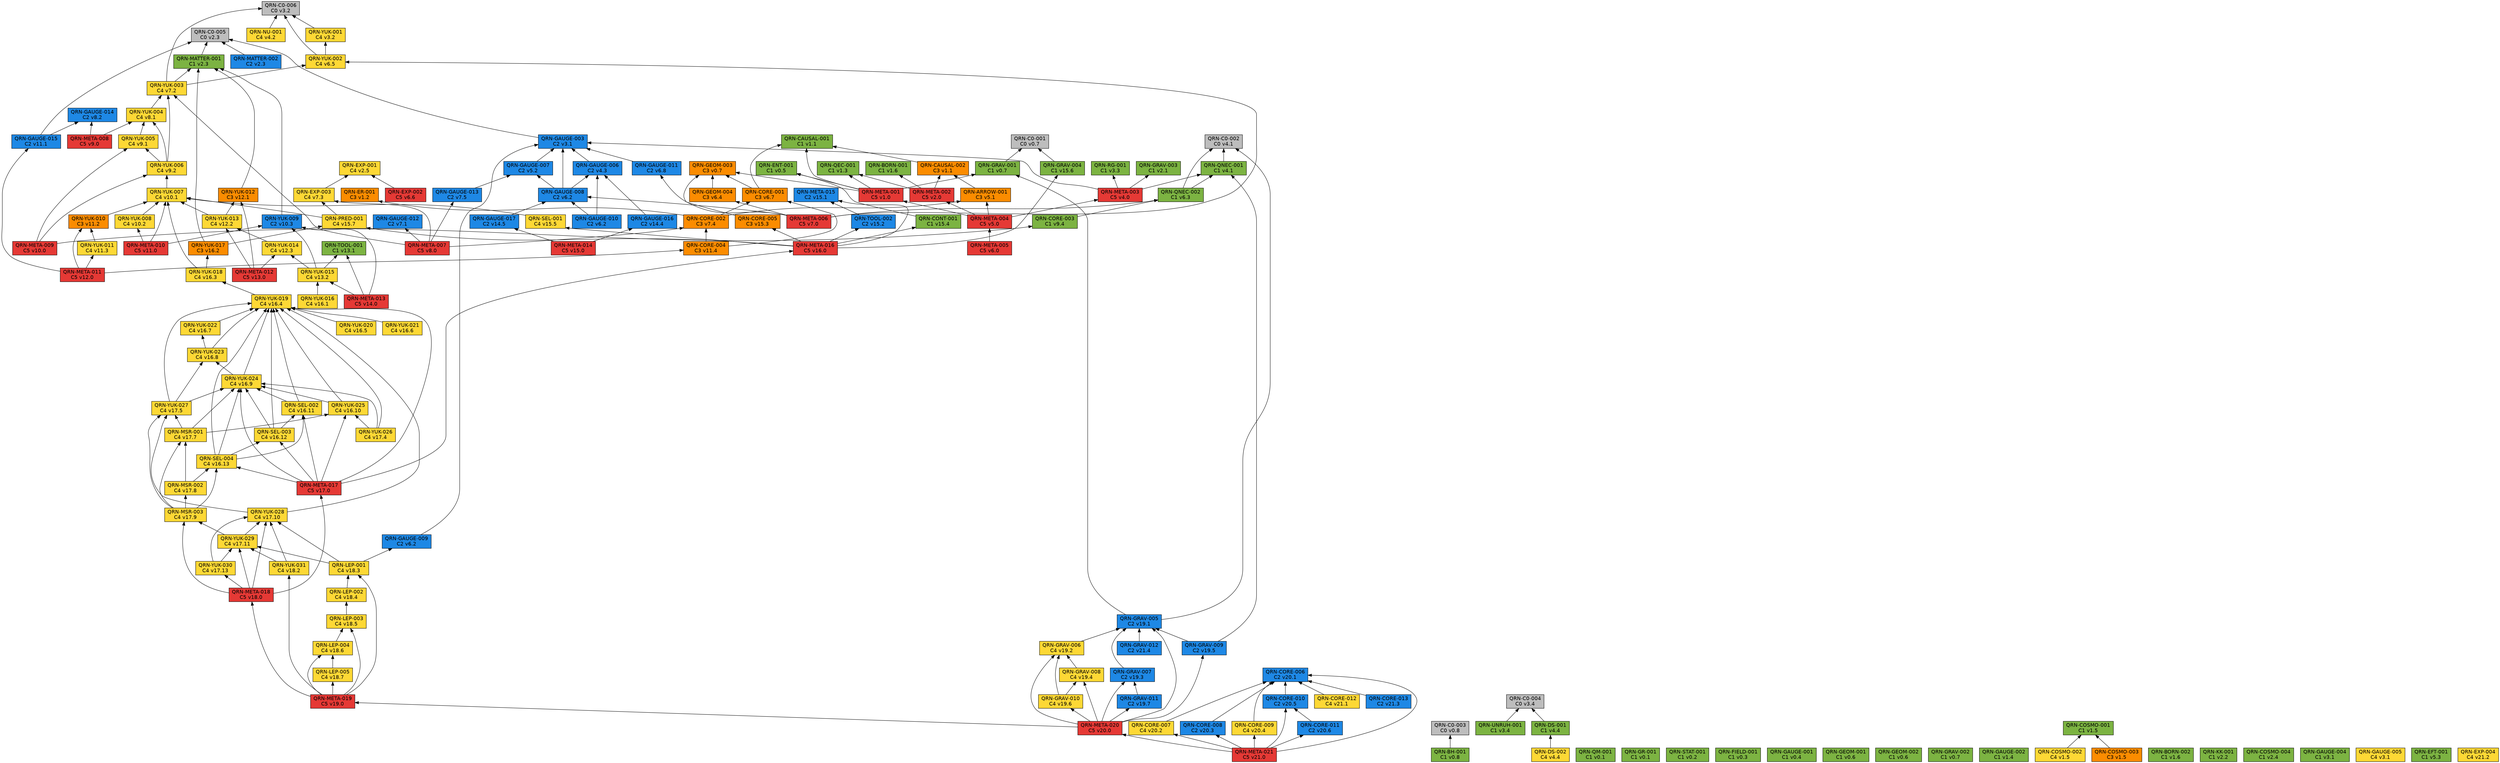
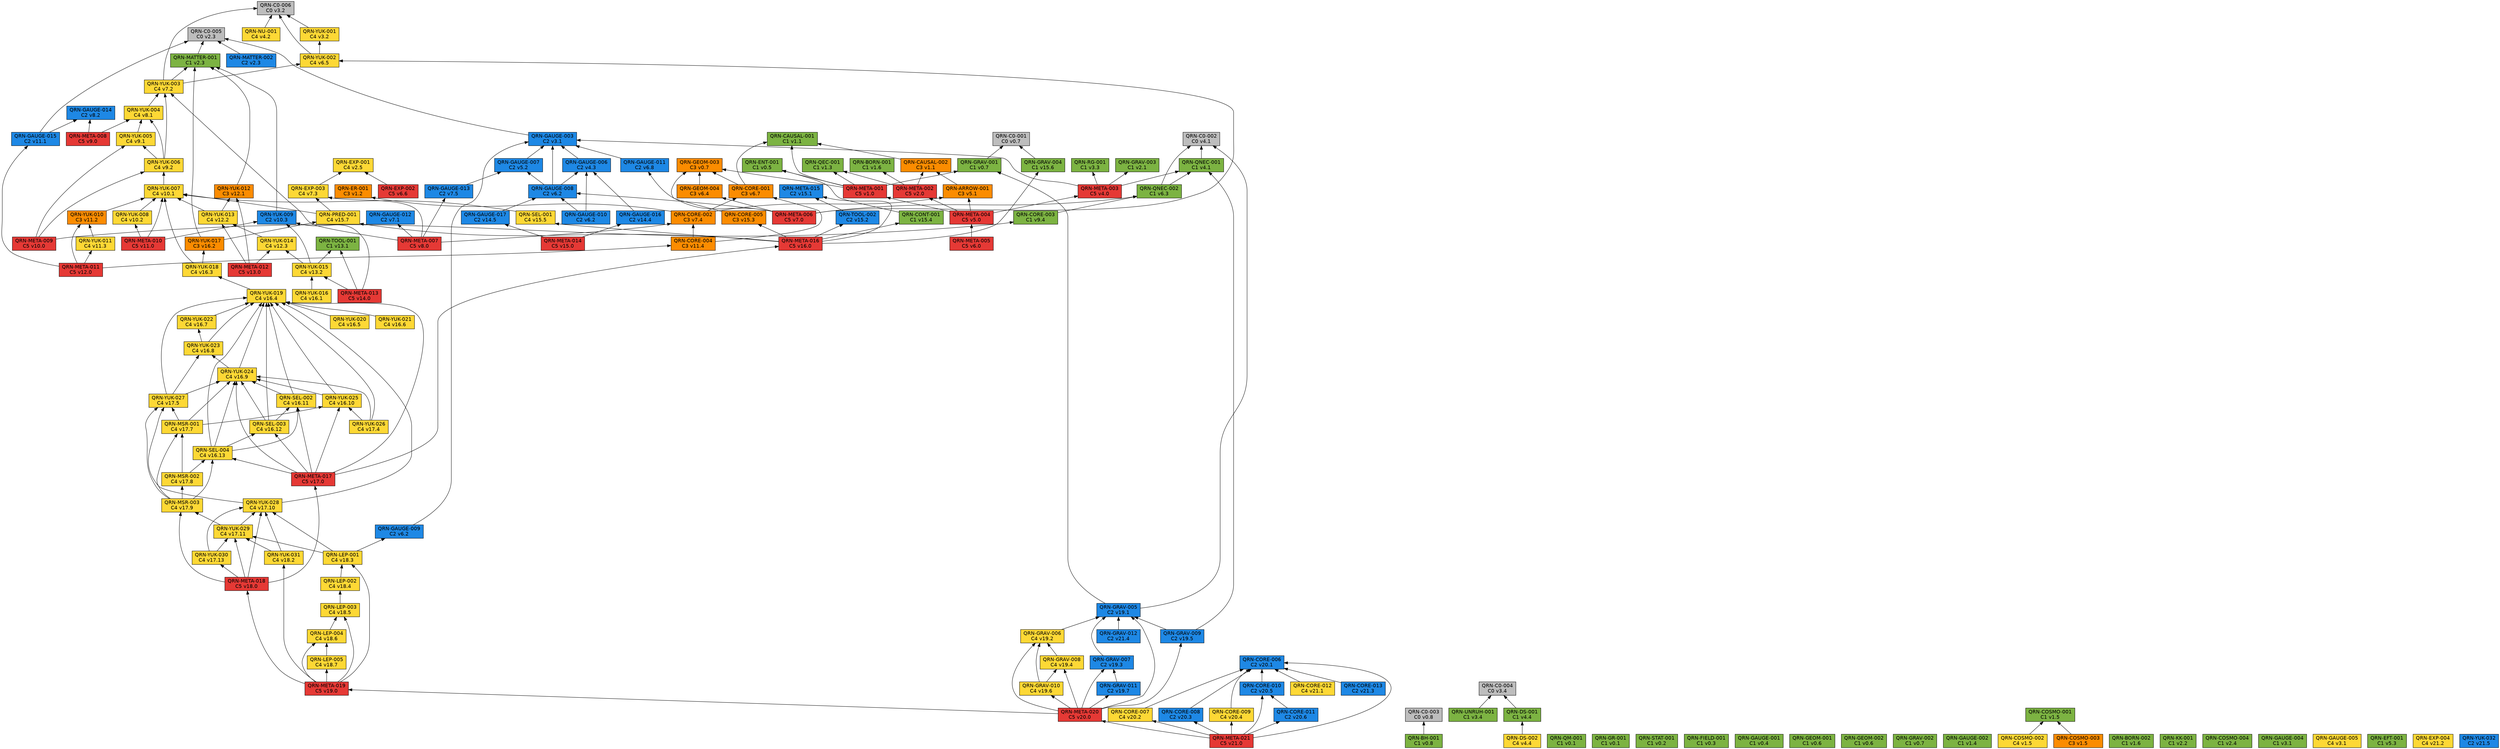
// 自動生成 (dag/report.pl) — QRN 主張依存グラフ
digraph qrn {
  rankdir=BT;
  node [shape=box, style=filled, fontname="Helvetica"];
  "QRN-C0-001" [fillcolor="#bdbdbd", label="QRN-C0-001\nC0 v0.7"];
  "QRN-C0-002" [fillcolor="#bdbdbd", label="QRN-C0-002\nC0 v4.1"];
  "QRN-C0-003" [fillcolor="#bdbdbd", label="QRN-C0-003\nC0 v0.8"];
  "QRN-C0-004" [fillcolor="#bdbdbd", label="QRN-C0-004\nC0 v3.4"];
  "QRN-C0-005" [fillcolor="#bdbdbd", label="QRN-C0-005\nC0 v2.3"];
  "QRN-C0-006" [fillcolor="#bdbdbd", label="QRN-C0-006\nC0 v3.2"];
  "QRN-QM-001" [fillcolor="#7cb342", label="QRN-QM-001\nC1 v0.1"];
  "QRN-GR-001" [fillcolor="#7cb342", label="QRN-GR-001\nC1 v0.1"];
  "QRN-STAT-001" [fillcolor="#7cb342", label="QRN-STAT-001\nC1 v0.2"];
  "QRN-FIELD-001" [fillcolor="#7cb342", label="QRN-FIELD-001\nC1 v0.3"];
  "QRN-GAUGE-001" [fillcolor="#7cb342", label="QRN-GAUGE-001\nC1 v0.4"];
  "QRN-ENT-001" [fillcolor="#7cb342", label="QRN-ENT-001\nC1 v0.5"];
  "QRN-GEOM-001" [fillcolor="#7cb342", label="QRN-GEOM-001\nC1 v0.6"];
  "QRN-GEOM-002" [fillcolor="#7cb342", label="QRN-GEOM-002\nC1 v0.6"];
  "QRN-GEOM-003" [fillcolor="#fb8c00", label="QRN-GEOM-003\nC3 v0.7"];
  "QRN-GRAV-001" [fillcolor="#7cb342", label="QRN-GRAV-001\nC1 v0.7"];
  "QRN-GRAV-002" [fillcolor="#7cb342", label="QRN-GRAV-002\nC1 v0.7"];
  "QRN-BH-001" [fillcolor="#7cb342", label="QRN-BH-001\nC1 v0.8"];
  "QRN-CAUSAL-001" [fillcolor="#7cb342", label="QRN-CAUSAL-001\nC1 v1.1"];
  "QRN-CAUSAL-002" [fillcolor="#fb8c00", label="QRN-CAUSAL-002\nC3 v1.1"];
  "QRN-ER-001" [fillcolor="#fb8c00", label="QRN-ER-001\nC3 v1.2"];
  "QRN-QEC-001" [fillcolor="#7cb342", label="QRN-QEC-001\nC1 v1.3"];
  "QRN-GAUGE-002" [fillcolor="#7cb342", label="QRN-GAUGE-002\nC1 v1.4"];
  "QRN-COSMO-001" [fillcolor="#7cb342", label="QRN-COSMO-001\nC1 v1.5"];
  "QRN-COSMO-002" [fillcolor="#fdd835", label="QRN-COSMO-002\nC4 v1.5"];
  "QRN-COSMO-003" [fillcolor="#fb8c00", label="QRN-COSMO-003\nC3 v1.5"];
  "QRN-BORN-001" [fillcolor="#7cb342", label="QRN-BORN-001\nC1 v1.6"];
  "QRN-BORN-002" [fillcolor="#7cb342", label="QRN-BORN-002\nC1 v1.6"];
  "QRN-GRAV-003" [fillcolor="#7cb342", label="QRN-GRAV-003\nC1 v2.1"];
  "QRN-KK-001" [fillcolor="#7cb342", label="QRN-KK-001\nC1 v2.2"];
  "QRN-MATTER-001" [fillcolor="#7cb342", label="QRN-MATTER-001\nC1 v2.3"];
  "QRN-MATTER-002" [fillcolor="#1e88e5", label="QRN-MATTER-002\nC2 v2.3"];
  "QRN-COSMO-004" [fillcolor="#7cb342", label="QRN-COSMO-004\nC1 v2.4"];
  "QRN-EXP-001" [fillcolor="#fdd835", label="QRN-EXP-001\nC4 v2.5"];
  "QRN-GAUGE-003" [fillcolor="#1e88e5", label="QRN-GAUGE-003\nC2 v3.1"];
  "QRN-GAUGE-004" [fillcolor="#7cb342", label="QRN-GAUGE-004\nC1 v3.1"];
  "QRN-GAUGE-005" [fillcolor="#fdd835", label="QRN-GAUGE-005\nC4 v3.1"];
  "QRN-YUK-001" [fillcolor="#fdd835", label="QRN-YUK-001\nC4 v3.2"];
  "QRN-RG-001" [fillcolor="#7cb342", label="QRN-RG-001\nC1 v3.3"];
  "QRN-UNRUH-001" [fillcolor="#7cb342", label="QRN-UNRUH-001\nC1 v3.4"];
  "QRN-QNEC-001" [fillcolor="#7cb342", label="QRN-QNEC-001\nC1 v4.1"];
  "QRN-NU-001" [fillcolor="#fdd835", label="QRN-NU-001\nC4 v4.2"];
  "QRN-GAUGE-006" [fillcolor="#1e88e5", label="QRN-GAUGE-006\nC2 v4.3"];
  "QRN-DS-001" [fillcolor="#7cb342", label="QRN-DS-001\nC1 v4.4"];
  "QRN-DS-002" [fillcolor="#fdd835", label="QRN-DS-002\nC4 v4.4"];
  "QRN-ARROW-001" [fillcolor="#fb8c00", label="QRN-ARROW-001\nC3 v5.1"];
  "QRN-GAUGE-007" [fillcolor="#1e88e5", label="QRN-GAUGE-007\nC2 v5.2"];
  "QRN-EFT-001" [fillcolor="#7cb342", label="QRN-EFT-001\nC1 v5.3"];
  "QRN-GAUGE-008" [fillcolor="#1e88e5", label="QRN-GAUGE-008\nC2 v6.2"];
  "QRN-GAUGE-009" [fillcolor="#1e88e5", label="QRN-GAUGE-009\nC2 v6.2"];
  "QRN-GAUGE-010" [fillcolor="#1e88e5", label="QRN-GAUGE-010\nC2 v6.2"];
  "QRN-QNEC-002" [fillcolor="#7cb342", label="QRN-QNEC-002\nC1 v6.3"];
  "QRN-GEOM-004" [fillcolor="#fb8c00", label="QRN-GEOM-004\nC3 v6.4"];
  "QRN-YUK-002" [fillcolor="#fdd835", label="QRN-YUK-002\nC4 v6.5"];
  "QRN-EXP-002" [fillcolor="#e53935", label="QRN-EXP-002\nC5 v6.6"];
  "QRN-CORE-001" [fillcolor="#fb8c00", label="QRN-CORE-001\nC3 v6.7"];
  "QRN-GAUGE-011" [fillcolor="#1e88e5", label="QRN-GAUGE-011\nC2 v6.8"];
  "QRN-GAUGE-012" [fillcolor="#1e88e5", label="QRN-GAUGE-012\nC2 v7.1"];
  "QRN-YUK-003" [fillcolor="#fdd835", label="QRN-YUK-003\nC4 v7.2"];
  "QRN-EXP-003" [fillcolor="#fdd835", label="QRN-EXP-003\nC4 v7.3"];
  "QRN-CORE-002" [fillcolor="#fb8c00", label="QRN-CORE-002\nC3 v7.4"];
  "QRN-GAUGE-013" [fillcolor="#1e88e5", label="QRN-GAUGE-013\nC2 v7.5"];
  "QRN-YUK-004" [fillcolor="#fdd835", label="QRN-YUK-004\nC4 v8.1"];
  "QRN-GAUGE-014" [fillcolor="#1e88e5", label="QRN-GAUGE-014\nC2 v8.2"];
  "QRN-META-001" [fillcolor="#e53935", label="QRN-META-001\nC5 v1.0"];
  "QRN-META-002" [fillcolor="#e53935", label="QRN-META-002\nC5 v2.0"];
  "QRN-META-003" [fillcolor="#e53935", label="QRN-META-003\nC5 v4.0"];
  "QRN-META-004" [fillcolor="#e53935", label="QRN-META-004\nC5 v5.0"];
  "QRN-META-005" [fillcolor="#e53935", label="QRN-META-005\nC5 v6.0"];
  "QRN-META-006" [fillcolor="#e53935", label="QRN-META-006\nC5 v7.0"];
  "QRN-META-007" [fillcolor="#e53935", label="QRN-META-007\nC5 v8.0"];
  "QRN-META-008" [fillcolor="#e53935", label="QRN-META-008\nC5 v9.0"];
  "QRN-YUK-005" [fillcolor="#fdd835", label="QRN-YUK-005\nC4 v9.1"];
  "QRN-YUK-006" [fillcolor="#fdd835", label="QRN-YUK-006\nC4 v9.2"];
  "QRN-CORE-003" [fillcolor="#7cb342", label="QRN-CORE-003\nC1 v9.4"];
  "QRN-META-009" [fillcolor="#e53935", label="QRN-META-009\nC5 v10.0"];
  "QRN-YUK-007" [fillcolor="#fdd835", label="QRN-YUK-007\nC4 v10.1"];
  "QRN-YUK-008" [fillcolor="#fdd835", label="QRN-YUK-008\nC4 v10.2"];
  "QRN-YUK-009" [fillcolor="#1e88e5", label="QRN-YUK-009\nC2 v10.3"];
  "QRN-META-010" [fillcolor="#e53935", label="QRN-META-010\nC5 v11.0"];
  "QRN-GAUGE-015" [fillcolor="#1e88e5", label="QRN-GAUGE-015\nC2 v11.1"];
  "QRN-YUK-010" [fillcolor="#fb8c00", label="QRN-YUK-010\nC3 v11.2"];
  "QRN-YUK-011" [fillcolor="#fdd835", label="QRN-YUK-011\nC4 v11.3"];
  "QRN-CORE-004" [fillcolor="#fb8c00", label="QRN-CORE-004\nC3 v11.4"];
  "QRN-META-011" [fillcolor="#e53935", label="QRN-META-011\nC5 v12.0"];
  "QRN-YUK-012" [fillcolor="#fb8c00", label="QRN-YUK-012\nC3 v12.1"];
  "QRN-YUK-013" [fillcolor="#fdd835", label="QRN-YUK-013\nC4 v12.2"];
  "QRN-YUK-014" [fillcolor="#fdd835", label="QRN-YUK-014\nC4 v12.3"];
  "QRN-META-012" [fillcolor="#e53935", label="QRN-META-012\nC5 v13.0"];
  "QRN-TOOL-001" [fillcolor="#7cb342", label="QRN-TOOL-001\nC1 v13.1"];
  "QRN-YUK-015" [fillcolor="#fdd835", label="QRN-YUK-015\nC4 v13.2"];
  "QRN-META-013" [fillcolor="#e53935", label="QRN-META-013\nC5 v14.0"];
  "QRN-GAUGE-016" [fillcolor="#1e88e5", label="QRN-GAUGE-016\nC2 v14.4"];
  "QRN-GAUGE-017" [fillcolor="#1e88e5", label="QRN-GAUGE-017\nC2 v14.5"];
  "QRN-META-014" [fillcolor="#e53935", label="QRN-META-014\nC5 v15.0"];
  "QRN-META-015" [fillcolor="#1e88e5", label="QRN-META-015\nC2 v15.1"];
  "QRN-TOOL-002" [fillcolor="#1e88e5", label="QRN-TOOL-002\nC2 v15.2"];
  "QRN-CORE-005" [fillcolor="#fb8c00", label="QRN-CORE-005\nC3 v15.3"];
  "QRN-CONT-001" [fillcolor="#7cb342", label="QRN-CONT-001\nC1 v15.4"];
  "QRN-SEL-001" [fillcolor="#fdd835", label="QRN-SEL-001\nC4 v15.5"];
  "QRN-GRAV-004" [fillcolor="#7cb342", label="QRN-GRAV-004\nC1 v15.6"];
  "QRN-PRED-001" [fillcolor="#fdd835", label="QRN-PRED-001\nC4 v15.7"];
  "QRN-META-016" [fillcolor="#e53935", label="QRN-META-016\nC5 v16.0"];
  "QRN-YUK-016" [fillcolor="#fdd835", label="QRN-YUK-016\nC4 v16.1"];
  "QRN-YUK-017" [fillcolor="#fb8c00", label="QRN-YUK-017\nC3 v16.2"];
  "QRN-YUK-018" [fillcolor="#fdd835", label="QRN-YUK-018\nC4 v16.3"];
  "QRN-YUK-019" [fillcolor="#fdd835", label="QRN-YUK-019\nC4 v16.4"];
  "QRN-YUK-020" [fillcolor="#fdd835", label="QRN-YUK-020\nC4 v16.5"];
  "QRN-YUK-021" [fillcolor="#fdd835", label="QRN-YUK-021\nC4 v16.6"];
  "QRN-YUK-022" [fillcolor="#fdd835", label="QRN-YUK-022\nC4 v16.7"];
  "QRN-YUK-023" [fillcolor="#fdd835", label="QRN-YUK-023\nC4 v16.8"];
  "QRN-YUK-024" [fillcolor="#fdd835", label="QRN-YUK-024\nC4 v16.9"];
  "QRN-YUK-025" [fillcolor="#fdd835", label="QRN-YUK-025\nC4 v16.10"];
  "QRN-SEL-002" [fillcolor="#fdd835", label="QRN-SEL-002\nC4 v16.11"];
  "QRN-SEL-003" [fillcolor="#fdd835", label="QRN-SEL-003\nC4 v16.12"];
  "QRN-SEL-004" [fillcolor="#fdd835", label="QRN-SEL-004\nC4 v16.13"];
  "QRN-META-017" [fillcolor="#e53935", label="QRN-META-017\nC5 v17.0"];
  "QRN-YUK-026" [fillcolor="#fdd835", label="QRN-YUK-026\nC4 v17.4"];
  "QRN-YUK-027" [fillcolor="#fdd835", label="QRN-YUK-027\nC4 v17.5"];
  "QRN-MSR-001" [fillcolor="#fdd835", label="QRN-MSR-001\nC4 v17.7"];
  "QRN-MSR-002" [fillcolor="#fdd835", label="QRN-MSR-002\nC4 v17.8"];
  "QRN-MSR-003" [fillcolor="#fdd835", label="QRN-MSR-003\nC4 v17.9"];
  "QRN-YUK-028" [fillcolor="#fdd835", label="QRN-YUK-028\nC4 v17.10"];
  "QRN-YUK-029" [fillcolor="#fdd835", label="QRN-YUK-029\nC4 v17.11"];
  "QRN-YUK-030" [fillcolor="#fdd835", label="QRN-YUK-030\nC4 v17.13"];
  "QRN-META-018" [fillcolor="#e53935", label="QRN-META-018\nC5 v18.0"];
  "QRN-YUK-031" [fillcolor="#fdd835", label="QRN-YUK-031\nC4 v18.2"];
  "QRN-LEP-001" [fillcolor="#fdd835", label="QRN-LEP-001\nC4 v18.3"];
  "QRN-LEP-002" [fillcolor="#fdd835", label="QRN-LEP-002\nC4 v18.4"];
  "QRN-LEP-003" [fillcolor="#fdd835", label="QRN-LEP-003\nC4 v18.5"];
  "QRN-LEP-004" [fillcolor="#fdd835", label="QRN-LEP-004\nC4 v18.6"];
  "QRN-LEP-005" [fillcolor="#fdd835", label="QRN-LEP-005\nC4 v18.7"];
  "QRN-META-019" [fillcolor="#e53935", label="QRN-META-019\nC5 v19.0"];
  "QRN-GRAV-005" [fillcolor="#1e88e5", label="QRN-GRAV-005\nC2 v19.1"];
  "QRN-GRAV-006" [fillcolor="#fdd835", label="QRN-GRAV-006\nC4 v19.2"];
  "QRN-GRAV-007" [fillcolor="#1e88e5", label="QRN-GRAV-007\nC2 v19.3"];
  "QRN-GRAV-008" [fillcolor="#fdd835", label="QRN-GRAV-008\nC4 v19.4"];
  "QRN-GRAV-009" [fillcolor="#1e88e5", label="QRN-GRAV-009\nC2 v19.5"];
  "QRN-GRAV-010" [fillcolor="#fdd835", label="QRN-GRAV-010\nC4 v19.6"];
  "QRN-GRAV-011" [fillcolor="#1e88e5", label="QRN-GRAV-011\nC2 v19.7"];
  "QRN-META-020" [fillcolor="#e53935", label="QRN-META-020\nC5 v20.0"];
  "QRN-CORE-006" [fillcolor="#1e88e5", label="QRN-CORE-006\nC2 v20.1"];
  "QRN-CORE-007" [fillcolor="#fdd835", label="QRN-CORE-007\nC4 v20.2"];
  "QRN-CORE-008" [fillcolor="#1e88e5", label="QRN-CORE-008\nC2 v20.3"];
  "QRN-CORE-009" [fillcolor="#fdd835", label="QRN-CORE-009\nC4 v20.4"];
  "QRN-CORE-010" [fillcolor="#1e88e5", label="QRN-CORE-010\nC2 v20.5"];
  "QRN-CORE-011" [fillcolor="#1e88e5", label="QRN-CORE-011\nC2 v20.6"];
  "QRN-META-021" [fillcolor="#e53935", label="QRN-META-021\nC5 v21.0"];
  "QRN-CORE-012" [fillcolor="#fdd835", label="QRN-CORE-012\nC4 v21.1"];
  "QRN-EXP-004" [fillcolor="#fdd835", label="QRN-EXP-004\nC4 v21.2"];
  "QRN-CORE-013" [fillcolor="#1e88e5", label="QRN-CORE-013\nC2 v21.3"];
  "QRN-GRAV-012" [fillcolor="#1e88e5", label="QRN-GRAV-012\nC2 v21.4"];
+   "QRN-YUK-032" [fillcolor="#1e88e5", label="QRN-YUK-032\nC2 v21.5"];
  "QRN-GRAV-001" -> "QRN-C0-001";
  "QRN-BH-001" -> "QRN-C0-003";
  "QRN-CAUSAL-002" -> "QRN-CAUSAL-001";
  "QRN-COSMO-002" -> "QRN-COSMO-001";
  "QRN-COSMO-003" -> "QRN-COSMO-001";
  "QRN-MATTER-001" -> "QRN-C0-005";
  "QRN-MATTER-002" -> "QRN-C0-005";
  "QRN-GAUGE-003" -> "QRN-C0-005";
  "QRN-YUK-001" -> "QRN-C0-006";
  "QRN-UNRUH-001" -> "QRN-C0-004";
  "QRN-QNEC-001" -> "QRN-C0-002";
  "QRN-NU-001" -> "QRN-C0-006";
  "QRN-GAUGE-006" -> "QRN-GAUGE-003";
  "QRN-DS-001" -> "QRN-C0-004";
  "QRN-DS-002" -> "QRN-DS-001";
  "QRN-ARROW-001" -> "QRN-CAUSAL-002";
  "QRN-GAUGE-007" -> "QRN-GAUGE-003";
  "QRN-GAUGE-008" -> "QRN-GAUGE-003";
  "QRN-GAUGE-008" -> "QRN-GAUGE-006";
  "QRN-GAUGE-008" -> "QRN-GAUGE-007";
  "QRN-GAUGE-009" -> "QRN-GAUGE-003";
  "QRN-GAUGE-010" -> "QRN-GAUGE-006";
  "QRN-GAUGE-010" -> "QRN-GAUGE-008";
  "QRN-QNEC-002" -> "QRN-C0-002";
  "QRN-QNEC-002" -> "QRN-QNEC-001";
  "QRN-GEOM-004" -> "QRN-GEOM-003";
  "QRN-YUK-002" -> "QRN-C0-006";
  "QRN-YUK-002" -> "QRN-YUK-001";
  "QRN-EXP-002" -> "QRN-EXP-001";
  "QRN-CORE-001" -> "QRN-GEOM-003";
  "QRN-CORE-001" -> "QRN-CAUSAL-001";
  "QRN-GAUGE-011" -> "QRN-GAUGE-003";
  "QRN-YUK-003" -> "QRN-C0-006";
  "QRN-YUK-003" -> "QRN-MATTER-001";
  "QRN-YUK-003" -> "QRN-YUK-002";
  "QRN-EXP-003" -> "QRN-EXP-001";
  "QRN-CORE-002" -> "QRN-CORE-001";
  "QRN-CORE-002" -> "QRN-ER-001";
  "QRN-CORE-002" -> "QRN-ARROW-001";
  "QRN-GAUGE-013" -> "QRN-GAUGE-007";
  "QRN-YUK-004" -> "QRN-YUK-003";
  "QRN-META-001" -> "QRN-GEOM-003";
  "QRN-META-001" -> "QRN-GRAV-001";
  "QRN-META-001" -> "QRN-CAUSAL-001";
  "QRN-META-001" -> "QRN-QEC-001";
  "QRN-META-001" -> "QRN-ENT-001";
  "QRN-META-002" -> "QRN-QEC-001";
  "QRN-META-002" -> "QRN-BORN-001";
  "QRN-META-002" -> "QRN-CAUSAL-002";
  "QRN-META-003" -> "QRN-GAUGE-003";
  "QRN-META-003" -> "QRN-RG-001";
  "QRN-META-003" -> "QRN-QNEC-001";
  "QRN-META-003" -> "QRN-GRAV-003";
  "QRN-META-004" -> "QRN-META-001";
  "QRN-META-004" -> "QRN-META-002";
  "QRN-META-004" -> "QRN-META-003";
  "QRN-META-004" -> "QRN-ARROW-001";
  "QRN-META-005" -> "QRN-META-004";
  "QRN-META-006" -> "QRN-GAUGE-008";
  "QRN-META-006" -> "QRN-QNEC-002";
  "QRN-META-006" -> "QRN-GEOM-004";
  "QRN-META-006" -> "QRN-YUK-002";
  "QRN-META-006" -> "QRN-GAUGE-011";
  "QRN-META-007" -> "QRN-GAUGE-012";
  "QRN-META-007" -> "QRN-YUK-003";
  "QRN-META-007" -> "QRN-EXP-003";
  "QRN-META-007" -> "QRN-CORE-002";
  "QRN-META-007" -> "QRN-GAUGE-013";
  "QRN-META-008" -> "QRN-YUK-004";
  "QRN-META-008" -> "QRN-GAUGE-014";
  "QRN-YUK-005" -> "QRN-YUK-004";
  "QRN-YUK-006" -> "QRN-YUK-003";
  "QRN-YUK-006" -> "QRN-YUK-004";
  "QRN-YUK-006" -> "QRN-YUK-005";
  "QRN-CORE-003" -> "QRN-QNEC-002";
  "QRN-META-009" -> "QRN-YUK-005";
  "QRN-META-009" -> "QRN-YUK-006";
  "QRN-META-009" -> "QRN-CORE-003";
  "QRN-YUK-007" -> "QRN-YUK-006";
  "QRN-YUK-008" -> "QRN-YUK-007";
  "QRN-YUK-009" -> "QRN-MATTER-001";
  "QRN-META-010" -> "QRN-YUK-007";
  "QRN-META-010" -> "QRN-YUK-008";
  "QRN-META-010" -> "QRN-YUK-009";
  "QRN-GAUGE-015" -> "QRN-C0-005";
  "QRN-GAUGE-015" -> "QRN-GAUGE-014";
  "QRN-YUK-010" -> "QRN-YUK-007";
  "QRN-YUK-011" -> "QRN-YUK-010";
  "QRN-CORE-004" -> "QRN-CORE-001";
  "QRN-CORE-004" -> "QRN-CORE-002";
  "QRN-META-011" -> "QRN-GAUGE-015";
  "QRN-META-011" -> "QRN-YUK-010";
  "QRN-META-011" -> "QRN-YUK-011";
  "QRN-META-011" -> "QRN-CORE-004";
  "QRN-YUK-012" -> "QRN-MATTER-001";
  "QRN-YUK-013" -> "QRN-YUK-012";
  "QRN-YUK-013" -> "QRN-YUK-007";
  "QRN-YUK-014" -> "QRN-YUK-013";
  "QRN-META-012" -> "QRN-YUK-012";
  "QRN-META-012" -> "QRN-YUK-013";
  "QRN-META-012" -> "QRN-YUK-014";
  "QRN-YUK-015" -> "QRN-YUK-014";
  "QRN-YUK-015" -> "QRN-TOOL-001";
  "QRN-YUK-015" -> "QRN-YUK-009";
  "QRN-META-013" -> "QRN-YUK-015";
  "QRN-META-013" -> "QRN-TOOL-001";
  "QRN-META-013" -> "QRN-YUK-009";
  "QRN-GAUGE-016" -> "QRN-GAUGE-006";
  "QRN-GAUGE-017" -> "QRN-GAUGE-008";
  "QRN-META-014" -> "QRN-GAUGE-016";
  "QRN-META-014" -> "QRN-GAUGE-017";
  "QRN-TOOL-002" -> "QRN-META-015";
  "QRN-CORE-005" -> "QRN-GEOM-003";
  "QRN-CONT-001" -> "QRN-ENT-001";
  "QRN-SEL-001" -> "QRN-YUK-007";
  "QRN-GRAV-004" -> "QRN-C0-001";
  "QRN-PRED-001" -> "QRN-YUK-007";
  "QRN-PRED-001" -> "QRN-EXP-003";
  "QRN-META-016" -> "QRN-META-015";
  "QRN-META-016" -> "QRN-TOOL-002";
  "QRN-META-016" -> "QRN-CORE-005";
  "QRN-META-016" -> "QRN-CONT-001";
  "QRN-META-016" -> "QRN-SEL-001";
  "QRN-META-016" -> "QRN-GRAV-004";
  "QRN-META-016" -> "QRN-PRED-001";
  "QRN-YUK-016" -> "QRN-YUK-015";
  "QRN-YUK-017" -> "QRN-MATTER-001";
  "QRN-YUK-017" -> "QRN-PRED-001";
  "QRN-YUK-018" -> "QRN-YUK-017";
  "QRN-YUK-018" -> "QRN-YUK-007";
  "QRN-YUK-019" -> "QRN-YUK-018";
  "QRN-YUK-020" -> "QRN-YUK-019";
  "QRN-YUK-021" -> "QRN-YUK-019";
  "QRN-YUK-022" -> "QRN-YUK-019";
  "QRN-YUK-023" -> "QRN-YUK-019";
  "QRN-YUK-023" -> "QRN-YUK-022";
  "QRN-YUK-024" -> "QRN-YUK-019";
  "QRN-YUK-024" -> "QRN-YUK-023";
  "QRN-YUK-025" -> "QRN-YUK-019";
  "QRN-YUK-025" -> "QRN-YUK-024";
  "QRN-SEL-002" -> "QRN-YUK-019";
  "QRN-SEL-002" -> "QRN-YUK-024";
  "QRN-SEL-003" -> "QRN-YUK-019";
  "QRN-SEL-003" -> "QRN-YUK-024";
  "QRN-SEL-003" -> "QRN-SEL-002";
  "QRN-SEL-004" -> "QRN-YUK-019";
  "QRN-SEL-004" -> "QRN-YUK-024";
  "QRN-SEL-004" -> "QRN-SEL-002";
  "QRN-SEL-004" -> "QRN-SEL-003";
  "QRN-META-017" -> "QRN-META-016";
  "QRN-META-017" -> "QRN-YUK-019";
  "QRN-META-017" -> "QRN-YUK-024";
  "QRN-META-017" -> "QRN-YUK-025";
  "QRN-META-017" -> "QRN-SEL-002";
  "QRN-META-017" -> "QRN-SEL-003";
  "QRN-META-017" -> "QRN-SEL-004";
  "QRN-YUK-026" -> "QRN-YUK-019";
  "QRN-YUK-026" -> "QRN-YUK-024";
  "QRN-YUK-026" -> "QRN-YUK-025";
  "QRN-YUK-027" -> "QRN-YUK-019";
  "QRN-YUK-027" -> "QRN-YUK-023";
  "QRN-YUK-027" -> "QRN-YUK-024";
  "QRN-MSR-001" -> "QRN-YUK-024";
  "QRN-MSR-001" -> "QRN-YUK-025";
  "QRN-MSR-001" -> "QRN-YUK-027";
  "QRN-MSR-002" -> "QRN-SEL-004";
  "QRN-MSR-002" -> "QRN-MSR-001";
  "QRN-MSR-003" -> "QRN-MSR-001";
  "QRN-MSR-003" -> "QRN-MSR-002";
  "QRN-MSR-003" -> "QRN-SEL-004";
  "QRN-MSR-003" -> "QRN-YUK-027";
  "QRN-YUK-028" -> "QRN-YUK-019";
  "QRN-YUK-028" -> "QRN-YUK-027";
  "QRN-YUK-029" -> "QRN-YUK-028";
  "QRN-YUK-029" -> "QRN-MSR-003";
  "QRN-YUK-030" -> "QRN-YUK-028";
  "QRN-YUK-030" -> "QRN-YUK-029";
  "QRN-META-018" -> "QRN-META-017";
  "QRN-META-018" -> "QRN-MSR-003";
  "QRN-META-018" -> "QRN-YUK-028";
  "QRN-META-018" -> "QRN-YUK-029";
  "QRN-META-018" -> "QRN-YUK-030";
  "QRN-YUK-031" -> "QRN-YUK-028";
  "QRN-YUK-031" -> "QRN-YUK-029";
  "QRN-LEP-001" -> "QRN-YUK-028";
  "QRN-LEP-001" -> "QRN-YUK-029";
  "QRN-LEP-001" -> "QRN-GAUGE-009";
  "QRN-LEP-002" -> "QRN-LEP-001";
  "QRN-LEP-003" -> "QRN-LEP-002";
  "QRN-LEP-004" -> "QRN-LEP-003";
  "QRN-LEP-005" -> "QRN-LEP-004";
  "QRN-META-019" -> "QRN-META-018";
  "QRN-META-019" -> "QRN-YUK-031";
  "QRN-META-019" -> "QRN-LEP-001";
  "QRN-META-019" -> "QRN-LEP-003";
  "QRN-META-019" -> "QRN-LEP-004";
  "QRN-META-019" -> "QRN-LEP-005";
  "QRN-GRAV-005" -> "QRN-C0-002";
  "QRN-GRAV-005" -> "QRN-GRAV-001";
  "QRN-GRAV-006" -> "QRN-GRAV-005";
  "QRN-GRAV-007" -> "QRN-GRAV-005";
  "QRN-GRAV-008" -> "QRN-GRAV-006";
  "QRN-GRAV-009" -> "QRN-GRAV-005";
  "QRN-GRAV-009" -> "QRN-QNEC-001";
  "QRN-GRAV-010" -> "QRN-GRAV-006";
  "QRN-GRAV-010" -> "QRN-GRAV-008";
  "QRN-GRAV-011" -> "QRN-GRAV-007";
  "QRN-META-020" -> "QRN-META-019";
  "QRN-META-020" -> "QRN-GRAV-005";
  "QRN-META-020" -> "QRN-GRAV-006";
  "QRN-META-020" -> "QRN-GRAV-007";
  "QRN-META-020" -> "QRN-GRAV-008";
  "QRN-META-020" -> "QRN-GRAV-009";
  "QRN-META-020" -> "QRN-GRAV-010";
  "QRN-META-020" -> "QRN-GRAV-011";
  "QRN-CORE-007" -> "QRN-CORE-006";
  "QRN-CORE-008" -> "QRN-CORE-006";
  "QRN-CORE-009" -> "QRN-CORE-006";
  "QRN-CORE-010" -> "QRN-CORE-006";
  "QRN-CORE-011" -> "QRN-CORE-010";
  "QRN-META-021" -> "QRN-META-020";
  "QRN-META-021" -> "QRN-CORE-006";
  "QRN-META-021" -> "QRN-CORE-007";
  "QRN-META-021" -> "QRN-CORE-008";
  "QRN-META-021" -> "QRN-CORE-009";
  "QRN-META-021" -> "QRN-CORE-010";
  "QRN-META-021" -> "QRN-CORE-011";
  "QRN-CORE-012" -> "QRN-CORE-006";
  "QRN-CORE-013" -> "QRN-CORE-006";
  "QRN-GRAV-012" -> "QRN-GRAV-005";
}
